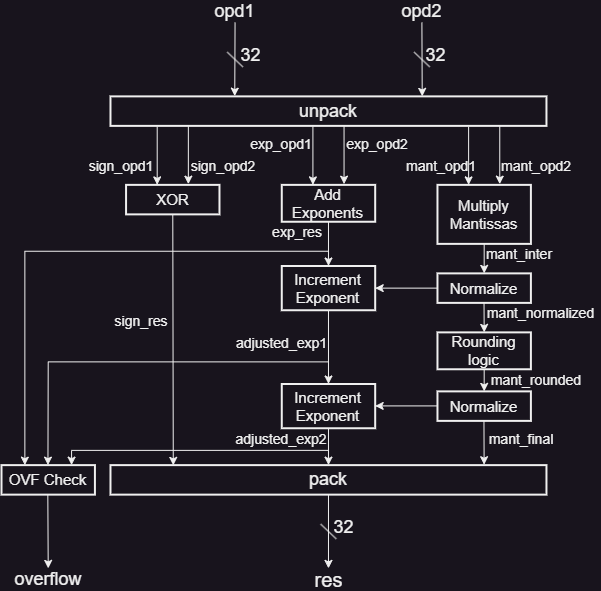
Earlier version of the draw.io export fp_mult/schematic/FP_mult.png (mik300/fpu_design). Source tidied: cells renumbered, new cells last; positions are measured from the earlier drawing's top-left corner, leaving out a move shared by most shapes.
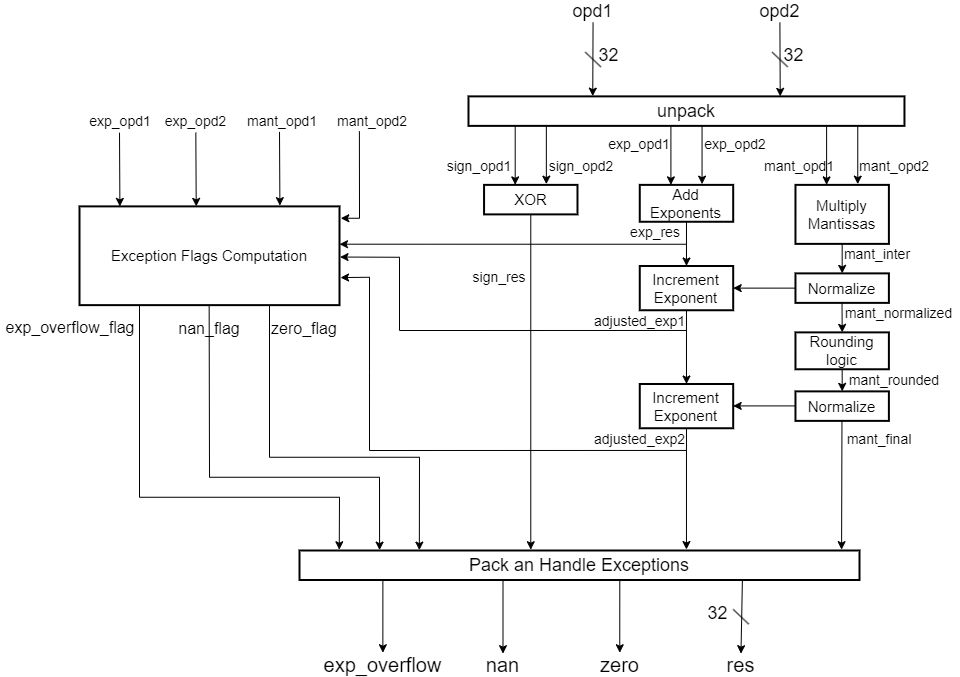
Later version of the same file.

The edit, as a diff of the source:
```diff
@@ -48,7 +48,7 @@
     <mxCell id="11" value="&lt;font style=&quot;font-size: 15px;&quot;&gt;XOR&lt;/font&gt;" style="rounded=0;whiteSpace=wrap;html=1;strokeWidth=2;" parent="1" vertex="1">
       <mxGeometry x="124.6" y="184.4" width="93.4" height="29.5" as="geometry" />
     </mxCell>
-    <mxCell id="12" style="endArrow=classic;html=1;rounded=0;entryX=0.144;entryY=0.008;entryDx=0;entryDy=0;entryPerimeter=0;" parent="1" edge="1" target="29">
+    <mxCell id="12" style="endArrow=classic;html=1;rounded=0;entryX=0.413;entryY=-0.027;entryDx=0;entryDy=0;entryPerimeter=0;" parent="1" edge="1" target="60">
       <mxGeometry relative="1" as="geometry">
         <mxPoint x="171.3" y="213.9" as="sourcePoint" />
       </mxGeometry>
@@ -120,13 +120,10 @@
         <mxPoint x="327" y="309.8" as="sourcePoint" />
       </mxGeometry>
     </mxCell>
-    <mxCell id="29" value="&lt;font style=&quot;font-size: 18px;&quot;&gt;pack&lt;/font&gt;" style="rounded=0;whiteSpace=wrap;html=1;strokeWidth=2;" parent="1" vertex="1">
-      <mxGeometry x="109" y="464.6" width="436" height="29.5" as="geometry" />
-    </mxCell>
-    <mxCell id="30" style="endArrow=classic;html=1;rounded=0;exitX=0.5;exitY=1;exitDx=0;exitDy=0;entryX=0.5;entryY=0;entryDx=0;entryDy=0;" parent="1" edge="1" source="27" target="29">
+    <mxCell id="30" style="endArrow=classic;html=1;rounded=0;exitX=0.5;exitY=1;exitDx=0;exitDy=0;entryX=0.691;entryY=-0.033;entryDx=0;entryDy=0;entryPerimeter=0;" parent="1" edge="1" source="27" target="60">
       <mxGeometry relative="1" as="geometry" />
     </mxCell>
-    <mxCell id="31" style="endArrow=classic;html=1;rounded=0;exitX=0.5;exitY=1;exitDx=0;exitDy=0;entryX=0.857;entryY=-0.015;entryDx=0;entryDy=0;entryPerimeter=0;" parent="1" edge="1" target="29">
+    <mxCell id="31" style="endArrow=classic;html=1;rounded=0;exitX=0.5;exitY=1;exitDx=0;exitDy=0;entryX=0.968;entryY=-0.029;entryDx=0;entryDy=0;entryPerimeter=0;" parent="1" edge="1" target="60">
       <mxGeometry relative="1" as="geometry">
         <mxPoint x="482.5" y="420.4" as="sourcePoint" />
       </mxGeometry>
@@ -147,7 +144,7 @@
       <mxGeometry x="186.9" y="154.9" width="70.1" height="22.1" as="geometry" />
     </mxCell>
     <mxCell id="36" value="&lt;font style=&quot;font-size: 14px;&quot;&gt;sign_res&lt;/font&gt;" style="text;html=1;align=center;verticalAlign=middle;whiteSpace=wrap;rounded=0;" parent="1" vertex="1">
-      <mxGeometry x="109" y="309.7" width="62.3" height="22.1" as="geometry" />
+      <mxGeometry x="109" y="265.5" width="62.3" height="22.1" as="geometry" />
     </mxCell>
     <mxCell id="37" value="&lt;font style=&quot;font-size: 14px;&quot;&gt;exp_opd1&lt;/font&gt;" style="text;html=1;align=center;verticalAlign=middle;whiteSpace=wrap;rounded=0;" parent="1" vertex="1">
       <mxGeometry x="245.2" y="132.8" width="70.1" height="22.1" as="geometry" />
@@ -168,10 +165,10 @@
       <mxGeometry x="483.5" y="243.4" width="70.1" height="22.1" as="geometry" />
     </mxCell>
     <mxCell id="43" value="&lt;font style=&quot;font-size: 14px;&quot;&gt;adjusted_exp1&lt;/font&gt;" style="text;html=1;align=center;verticalAlign=middle;whiteSpace=wrap;rounded=0;" parent="1" vertex="1">
-      <mxGeometry x="233.6" y="331.9" width="93.4" height="22.1" as="geometry" />
+      <mxGeometry x="233.6" y="310" width="93.4" height="22.1" as="geometry" />
     </mxCell>
     <mxCell id="44" value="&lt;font style=&quot;font-size: 14px;&quot;&gt;adjusted_exp2&lt;/font&gt;" style="text;html=1;align=center;verticalAlign=middle;whiteSpace=wrap;rounded=0;" parent="1" vertex="1">
-      <mxGeometry x="237.5" y="427.8" width="85.6" height="22.1" as="geometry" />
+      <mxGeometry x="234.4" y="427.6" width="92.5" height="22.2" as="geometry" />
     </mxCell>
     <mxCell id="45" value="&lt;font style=&quot;font-size: 14px;&quot;&gt;mant_normalized&lt;/font&gt;" style="text;html=1;align=center;verticalAlign=middle;whiteSpace=wrap;rounded=0;" parent="1" vertex="1">
       <mxGeometry x="480" y="302.4" width="119.3" height="22.1" as="geometry" />
@@ -182,66 +179,155 @@
     <mxCell id="47" value="&lt;font style=&quot;font-size: 14px;&quot;&gt;mant_final&lt;/font&gt;" style="text;html=1;align=center;verticalAlign=middle;whiteSpace=wrap;rounded=0;" parent="1" vertex="1">
       <mxGeometry x="470.1" y="427.8" width="100" height="22.1" as="geometry" />
     </mxCell>
-    <mxCell id="48" value="&lt;font style=&quot;font-size: 15px;&quot;&gt;OVF Check&lt;/font&gt;" style="rounded=0;whiteSpace=wrap;html=1;strokeWidth=2;" parent="1" vertex="1">
-      <mxGeometry y="464.6" width="93.4" height="29.5" as="geometry" />
-    </mxCell>
-    <mxCell id="49" style="endArrow=classic;html=1;rounded=0;entryX=0.25;entryY=0;entryDx=0;entryDy=0;" parent="1" edge="1" target="48">
-      <mxGeometry relative="1" as="geometry">
-        <mxPoint x="327" y="250.8" as="sourcePoint" />
-        <Array as="points">
-          <mxPoint x="23.4" y="250.8" />
-        </Array>
-      </mxGeometry>
-    </mxCell>
-    <mxCell id="50" style="endArrow=classic;html=1;rounded=0;entryX=0.5;entryY=0;entryDx=0;entryDy=0;" parent="1" edge="1">
-      <mxGeometry relative="1" as="geometry">
-        <mxPoint x="327" y="361.4" as="sourcePoint" />
-        <mxPoint x="46.4" y="464.6" as="targetPoint" />
-        <Array as="points">
-          <mxPoint x="46.7" y="361.4" />
-        </Array>
-      </mxGeometry>
-    </mxCell>
-    <mxCell id="51" style="endArrow=classic;html=1;rounded=0;entryX=0.5;entryY=0;entryDx=0;entryDy=0;" parent="1" edge="1">
-      <mxGeometry relative="1" as="geometry">
-        <mxPoint x="327" y="449.9" as="sourcePoint" />
-        <mxPoint x="70.1" y="464.6" as="targetPoint" />
-        <Array as="points">
-          <mxPoint x="70.1" y="449.9" />
-        </Array>
-      </mxGeometry>
-    </mxCell>
-    <mxCell id="52" style="endArrow=classic;html=1;rounded=0;" parent="1" edge="1">
-      <mxGeometry relative="1" as="geometry">
-        <mxPoint x="46.3" y="494.1" as="sourcePoint" />
-        <mxPoint x="46.7" y="567.9" as="targetPoint" />
-      </mxGeometry>
-    </mxCell>
-    <mxCell id="53" value="&lt;font style=&quot;font-size: 18px;&quot;&gt;overflow&lt;/font&gt;" style="text;html=1;align=center;verticalAlign=middle;whiteSpace=wrap;rounded=0;" parent="1" vertex="1">
-      <mxGeometry x="6.7" y="567.9" width="80.1" height="22.1" as="geometry" />
-    </mxCell>
     <mxCell id="54" value="&lt;font style=&quot;font-size: 18px;&quot;&gt;32&lt;/font&gt;" style="text;html=1;align=center;verticalAlign=middle;whiteSpace=wrap;rounded=0;" parent="1" vertex="1">
       <mxGeometry x="225.8" y="44.2" width="46.7" height="22.1" as="geometry" />
     </mxCell>
     <mxCell id="55" value="&lt;font style=&quot;font-size: 18px;&quot;&gt;32&lt;/font&gt;" style="text;html=1;align=center;verticalAlign=middle;whiteSpace=wrap;rounded=0;" parent="1" vertex="1">
       <mxGeometry x="410.7" y="44.2" width="46.7" height="22.1" as="geometry" />
     </mxCell>
-    <mxCell id="56" style="endArrow=classic;html=1;rounded=0;exitX=0.5;exitY=1;exitDx=0;exitDy=0;" parent="1" edge="1" source="29">
-      <mxGeometry relative="1" as="geometry">
-        <mxPoint x="327" y="567.9" as="targetPoint" />
-      </mxGeometry>
-    </mxCell>
-    <mxCell id="57" style="endArrow=none;html=1;rounded=0;" parent="1" edge="1">
-      <mxGeometry relative="1" as="geometry">
-        <mxPoint x="319.2" y="523.6" as="sourcePoint" />
-        <mxPoint x="334.8" y="538.4" as="targetPoint" />
-      </mxGeometry>
-    </mxCell>
+    <mxCell id="60" value="&lt;font style=&quot;font-size: 18px;&quot;&gt;Pack an Handle Exceptions&lt;/font&gt;" style="rounded=0;whiteSpace=wrap;html=1;strokeWidth=2;" parent="1" vertex="1">
+      <mxGeometry x="-60" y="550" width="560" height="29.5" as="geometry" />
+    </mxCell>
+    <mxCell id="61" value="&lt;font style=&quot;font-size: 15px;&quot;&gt;Exception Flags Computation&lt;/font&gt;" style="rounded=0;whiteSpace=wrap;html=1;strokeWidth=2;" parent="1" vertex="1">
+      <mxGeometry x="-280" y="205.9" width="260" height="98.8" as="geometry" />
+    </mxCell>
+    <mxCell id="62" value="&lt;font style=&quot;font-size: 16px;&quot;&gt;exp_overflow_flag&lt;/font&gt;" style="text;html=1;align=center;verticalAlign=middle;whiteSpace=wrap;rounded=0;" parent="1" vertex="1">
+      <mxGeometry x="-360" y="316.4" width="142.3" height="22.1" as="geometry" />
+    </mxCell>
+    <mxCell id="63" style="endArrow=classic;html=1;rounded=0;" parent="1" edge="1">
+      <mxGeometry relative="1" as="geometry">
+        <mxPoint x="-240" y="132.1" as="sourcePoint" />
+        <mxPoint x="-239.6" y="205.9" as="targetPoint" />
+      </mxGeometry>
+    </mxCell>
+    <mxCell id="64" style="endArrow=classic;html=1;rounded=0;" parent="1" edge="1">
+      <mxGeometry relative="1" as="geometry">
+        <mxPoint x="-163.7" y="132.1" as="sourcePoint" />
+        <mxPoint x="-163.3" y="205.9" as="targetPoint" />
+      </mxGeometry>
+    </mxCell>
+    <mxCell id="65" style="endArrow=classic;html=1;rounded=0;" parent="1" edge="1">
+      <mxGeometry relative="1" as="geometry">
+        <mxPoint x="-80" y="131.4" as="sourcePoint" />
+        <mxPoint x="-79.6" y="205.1" as="targetPoint" />
+      </mxGeometry>
+    </mxCell>
+    <mxCell id="66" value="&lt;font style=&quot;font-size: 14px;&quot;&gt;exp_opd1&lt;/font&gt;" style="text;html=1;align=center;verticalAlign=middle;whiteSpace=wrap;rounded=0;" parent="1" vertex="1">
+      <mxGeometry x="-270" y="110" width="62.3" height="22.1" as="geometry" />
+    </mxCell>
+    <mxCell id="67" value="&lt;font style=&quot;font-size: 14px;&quot;&gt;exp_opd2&lt;/font&gt;" style="text;html=1;align=center;verticalAlign=middle;whiteSpace=wrap;rounded=0;" parent="1" vertex="1">
+      <mxGeometry x="-210" y="110" width="93.4" height="22.1" as="geometry" />
+    </mxCell>
+    <mxCell id="68" value="&lt;font style=&quot;font-size: 14px;&quot;&gt;mant_opd1&lt;/font&gt;" style="text;html=1;align=center;verticalAlign=middle;whiteSpace=wrap;rounded=0;" parent="1" vertex="1">
+      <mxGeometry x="-120" y="110" width="85.6" height="22.1" as="geometry" />
+    </mxCell>
+    <mxCell id="69" style="endArrow=classic;html=1;rounded=0;entryX=1.005;entryY=0.12;entryDx=0;entryDy=0;entryPerimeter=0;exitX=0.349;exitY=0.936;exitDx=0;exitDy=0;exitPerimeter=0;" parent="1" edge="1" source="70" target="61">
+      <mxGeometry relative="1" as="geometry">
+        <Array as="points">
+          <mxPoint y="217.8" />
+        </Array>
+      </mxGeometry>
+    </mxCell>
+    <mxCell id="70" value="&lt;font style=&quot;font-size: 14px;&quot;&gt;mant_opd2&lt;/font&gt;" style="text;html=1;align=center;verticalAlign=middle;whiteSpace=wrap;rounded=0;" parent="1" vertex="1">
+      <mxGeometry x="-30" y="110" width="85.6" height="22.1" as="geometry" />
+    </mxCell>
+    <mxCell id="71" value="&lt;font style=&quot;font-size: 16px;&quot;&gt;nan_flag&lt;/font&gt;" style="text;html=1;align=center;verticalAlign=middle;whiteSpace=wrap;rounded=0;" parent="1" vertex="1">
+      <mxGeometry x="-195" y="316.8" width="90.1" height="22.1" as="geometry" />
+    </mxCell>
+    <mxCell id="72" style="endArrow=classic;html=1;rounded=0;entryX=0.071;entryY=-0.026;entryDx=0;entryDy=0;entryPerimeter=0;" parent="1" edge="1" target="60">
+      <mxGeometry relative="1" as="geometry">
+        <mxPoint x="-220" y="304.6" as="sourcePoint" />
+        <Array as="points">
+          <mxPoint x="-220" y="496.8" />
+          <mxPoint x="-20" y="496.8" />
+        </Array>
+      </mxGeometry>
+    </mxCell>
+    <mxCell id="73" style="endArrow=classic;html=1;rounded=0;entryX=0.143;entryY=-0.013;entryDx=0;entryDy=0;entryPerimeter=0;" parent="1" edge="1" target="60">
+      <mxGeometry relative="1" as="geometry">
+        <mxPoint x="-150.3" y="305.3" as="sourcePoint" />
+        <Array as="points">
+          <mxPoint x="-150" y="476.8" />
+          <mxPoint x="20" y="476.8" />
+        </Array>
+      </mxGeometry>
+    </mxCell>
+    <mxCell id="74" style="endArrow=classic;html=1;rounded=0;entryX=0.214;entryY=-0.013;entryDx=0;entryDy=0;entryPerimeter=0;" parent="1" edge="1" target="60">
+      <mxGeometry relative="1" as="geometry">
+        <mxPoint x="-90" y="304.6" as="sourcePoint" />
+        <Array as="points">
+          <mxPoint x="-90" y="456.8" />
+          <mxPoint x="60" y="456.8" />
+        </Array>
+      </mxGeometry>
+    </mxCell>
+    <mxCell id="75" value="&lt;font style=&quot;font-size: 16px;&quot;&gt;zero_flag&lt;/font&gt;" style="text;html=1;align=center;verticalAlign=middle;whiteSpace=wrap;rounded=0;" parent="1" vertex="1">
+      <mxGeometry x="-100" y="316.8" width="90.1" height="22.1" as="geometry" />
+    </mxCell>
+    <mxCell id="76" style="endArrow=classic;html=1;rounded=0;entryX=1.002;entryY=0.513;entryDx=0;entryDy=0;exitX=0.996;exitY=0.903;exitDx=0;exitDy=0;exitPerimeter=0;entryPerimeter=0;" parent="1" edge="1" source="43" target="61">
+      <mxGeometry relative="1" as="geometry">
+        <Array as="points">
+          <mxPoint x="40" y="330" />
+          <mxPoint x="40" y="256.8" />
+        </Array>
+      </mxGeometry>
+    </mxCell>
+    <mxCell id="77" style="endArrow=classic;html=1;rounded=0;entryX=1.004;entryY=0.721;entryDx=0;entryDy=0;entryPerimeter=0;exitX=0.995;exitY=1.003;exitDx=0;exitDy=0;exitPerimeter=0;" parent="1" edge="1" source="44" target="61">
+      <mxGeometry relative="1" as="geometry">
+        <Array as="points">
+          <mxPoint x="10" y="450" />
+          <mxPoint x="10" y="370.6" />
+          <mxPoint x="10" y="276.8" />
+        </Array>
+      </mxGeometry>
+    </mxCell>
+    <mxCell id="78" style="endArrow=classic;html=1;rounded=0;exitX=0.614;exitY=1.003;exitDx=0;exitDy=0;exitPerimeter=0;" parent="1" edge="1">
+      <mxGeometry relative="1" as="geometry">
+        <mxPoint x="23.4" y="579" as="sourcePoint" />
+        <mxPoint x="23.4" y="652.2" as="targetPoint" />
+      </mxGeometry>
+    </mxCell>
+    <mxCell id="79" value="&lt;font style=&quot;font-size: 20px;&quot;&gt;exp_overflow&lt;/font&gt;" style="text;html=1;align=center;verticalAlign=middle;whiteSpace=wrap;rounded=0;" parent="1" vertex="1">
+      <mxGeometry y="653.2" width="46.7" height="22.1" as="geometry" />
+    </mxCell>
+    <mxCell id="80" style="endArrow=classic;html=1;rounded=0;exitX=0.614;exitY=1.003;exitDx=0;exitDy=0;exitPerimeter=0;" parent="1" edge="1">
+      <mxGeometry relative="1" as="geometry">
+        <mxPoint x="143.5" y="579.9" as="sourcePoint" />
+        <mxPoint x="143.5" y="653.2" as="targetPoint" />
+      </mxGeometry>
+    </mxCell>
+    <mxCell id="81" value="&lt;font style=&quot;font-size: 20px;&quot;&gt;nan&lt;/font&gt;" style="text;html=1;align=center;verticalAlign=middle;whiteSpace=wrap;rounded=0;" parent="1" vertex="1">
+      <mxGeometry x="120.1" y="653.2" width="46.7" height="22.1" as="geometry" />
+    </mxCell>
+    <mxCell id="82" style="endArrow=classic;html=1;rounded=0;exitX=0.614;exitY=1.003;exitDx=0;exitDy=0;exitPerimeter=0;" parent="1" edge="1">
+      <mxGeometry relative="1" as="geometry">
+        <mxPoint x="260.3" y="579" as="sourcePoint" />
+        <mxPoint x="260.3" y="652.2" as="targetPoint" />
+      </mxGeometry>
+    </mxCell>
+    <mxCell id="83" value="&lt;font style=&quot;font-size: 20px;&quot;&gt;zero&lt;/font&gt;" style="text;html=1;align=center;verticalAlign=middle;whiteSpace=wrap;rounded=0;" parent="1" vertex="1">
+      <mxGeometry x="236.9" y="653.2" width="46.7" height="22.1" as="geometry" />
+    </mxCell>
+    <mxCell id="84" style="endArrow=classic;html=1;rounded=0;exitX=0.897;exitY=1.017;exitDx=0;exitDy=0;exitPerimeter=0;entryX=1;entryY=0.383;entryDx=0;entryDy=0;entryPerimeter=0;" parent="1" edge="1" source="39" target="61">
+      <mxGeometry relative="1" as="geometry" />
+    </mxCell>
+    <mxCell id="85" style="endArrow=classic;html=1;rounded=0;exitX=0.614;exitY=1.003;exitDx=0;exitDy=0;exitPerimeter=0;" parent="1" edge="1">
+      <mxGeometry relative="1" as="geometry">
+        <mxPoint x="382.9" y="579.5" as="sourcePoint" />
+        <mxPoint x="381.5" y="653.2" as="targetPoint" />
+      </mxGeometry>
+    </mxCell>
+    <mxCell id="86" style="endArrow=none;html=1;rounded=0;" parent="1" edge="1">
+      <mxGeometry relative="1" as="geometry">
+        <mxPoint x="373.7" y="608.9" as="sourcePoint" />
+        <mxPoint x="389.3" y="623.7" as="targetPoint" />
+      </mxGeometry>
+    </mxCell>
     <mxCell id="58" value="&lt;font style=&quot;font-size: 20px;&quot;&gt;res&lt;/font&gt;" style="text;html=1;align=center;verticalAlign=middle;whiteSpace=wrap;rounded=0;" parent="1" vertex="1">
-      <mxGeometry x="303.6" y="567.9" width="46.7" height="22.1" as="geometry" />
+      <mxGeometry x="358.1" y="653.2" width="46.7" height="22.1" as="geometry" />
     </mxCell>
     <mxCell id="59" value="&lt;font style=&quot;font-size: 18px;&quot;&gt;32&lt;/font&gt;" style="text;html=1;align=center;verticalAlign=middle;whiteSpace=wrap;rounded=0;" parent="1" vertex="1">
-      <mxGeometry x="319.2" y="516.2" width="46.7" height="22.1" as="geometry" />
+      <mxGeometry x="334.8" y="601.6" width="46.7" height="22.1" as="geometry" />
     </mxCell>
   </root>
 </mxGraphModel>
```
